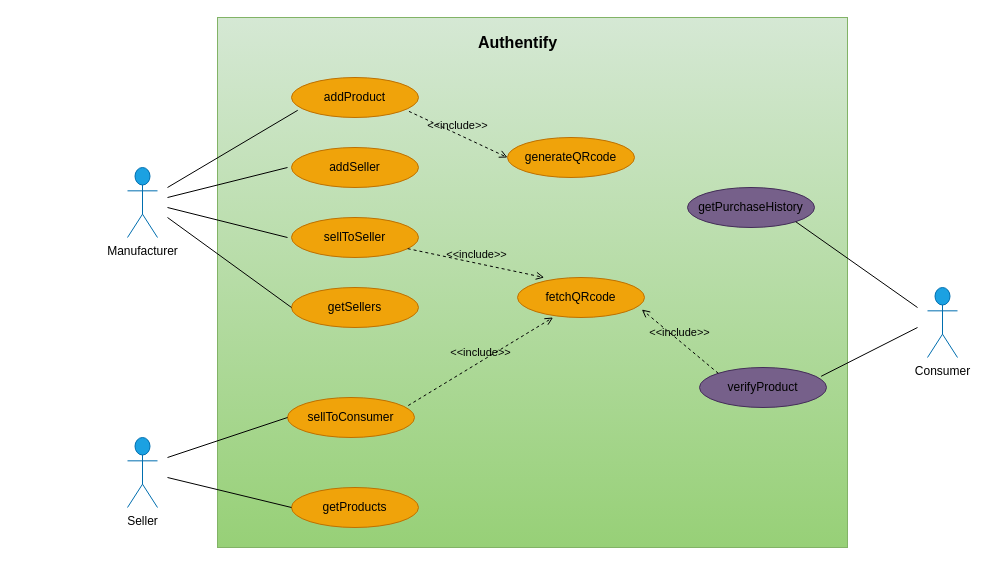
The draw.io diagram Diagrams/Authentify_usecase.drawio in pranavgupta11/Major-II, before the edit. Source tidied: cells renumbered, new cells numbered last; positions are measured from the earlier drawing's top-left corner, leaving out a move shared by most shapes. Both pictures are drawn from the tidied source at 100%, with x=0, y=0 at pixel (127, 17).
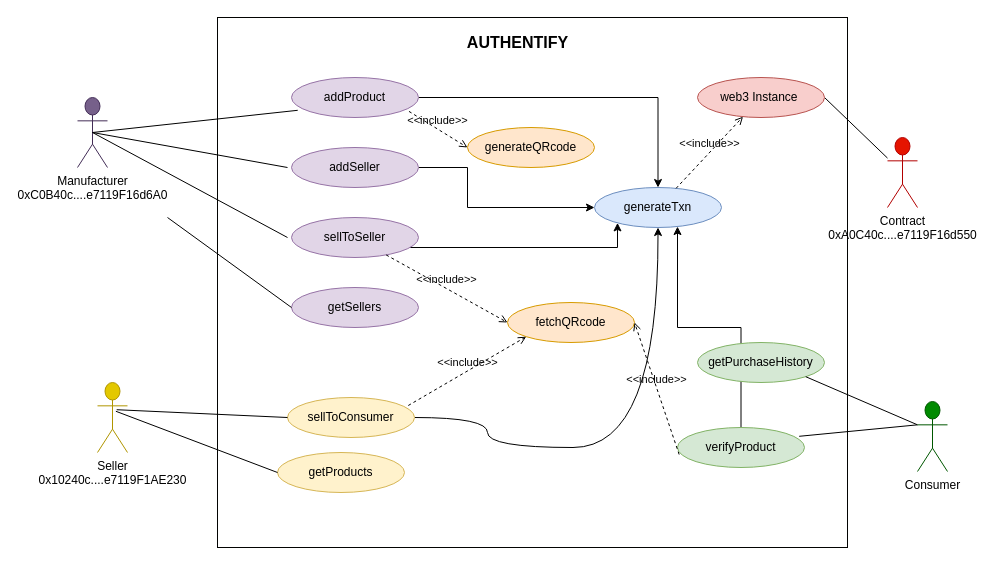
The same diagram, later.

What changed in the source:
```diff
@@
-    <mxCell id="2" style="rounded=0;whiteSpace=wrap;html=1;fillColor=#d5e8d4;gradientColor=#97d077;strokeColor=#82b366;" parent="1" vertex="1">
+    <mxCell id="2" style="rounded=0;whiteSpace=wrap;html=1;fillColor=default;gradientColor=none;strokeColor=#020301;" parent="1" vertex="1">
       <mxGeometry x="90" width="630" height="530" as="geometry" />
     </mxCell>
+    <mxCell id="29" style="rounded=0;jettySize=auto;html=1;entryX=0.5;entryY=0;entryDx=0;entryDy=0;edgeStyle=orthogonalEdgeStyle;" parent="1" edge="1" source="3" target="37">
+      <mxGeometry relative="1" as="geometry" />
+    </mxCell>
-    <mxCell id="3" value="addProduct" style="ellipse;whiteSpace=wrap;html=1;labelBackgroundColor=none;labelBorderColor=none;fillColor=#f0a30a;fontColor=#000000;strokeColor=#BD7000;" parent="1" vertex="1">
+    <mxCell id="3" value="addProduct" style="ellipse;whiteSpace=wrap;html=1;labelBackgroundColor=none;labelBorderColor=none;fillColor=#e1d5e7;strokeColor=#9673a6;" parent="1" vertex="1">
       <mxGeometry x="164" y="60" width="127" height="40" as="geometry" />
     </mxCell>
+    <mxCell id="30" style="edgeStyle=orthogonalEdgeStyle;rounded=0;jettySize=auto;html=1;entryX=0;entryY=0.5;entryDx=0;entryDy=0;" parent="1" edge="1" source="4" target="37">
+      <mxGeometry relative="1" as="geometry">
+        <Array as="points">
+          <mxPoint x="340" y="150" />
+          <mxPoint x="340" y="190" />
+        </Array>
+      </mxGeometry>
+    </mxCell>
-    <mxCell id="4" value="addSeller" style="ellipse;whiteSpace=wrap;html=1;fillColor=#f0a30a;fontColor=#000000;strokeColor=#BD7000;" parent="1" vertex="1">
+    <mxCell id="4" value="addSeller" style="ellipse;whiteSpace=wrap;html=1;fillColor=#e1d5e7;strokeColor=#9673a6;labelBackgroundColor=none;labelBorderColor=none;" parent="1" vertex="1">
       <mxGeometry x="164" y="130" width="127" height="40" as="geometry" />
     </mxCell>
+    <mxCell id="31" style="edgeStyle=orthogonalEdgeStyle;rounded=0;jettySize=auto;html=1;" parent="1" edge="1" source="5" target="37">
+      <mxGeometry relative="1" as="geometry">
+        <Array as="points">
+          <mxPoint x="490" y="230" />
+        </Array>
+      </mxGeometry>
+    </mxCell>
-    <mxCell id="5" value="sellToSeller" style="ellipse;whiteSpace=wrap;html=1;fillColor=#f0a30a;fontColor=#000000;strokeColor=#BD7000;" parent="1" vertex="1">
+    <mxCell id="5" value="sellToSeller" style="ellipse;whiteSpace=wrap;html=1;fillColor=#e1d5e7;strokeColor=#9673a6;labelBackgroundColor=none;labelBorderColor=none;" parent="1" vertex="1">
       <mxGeometry x="164" y="200" width="127" height="40" as="geometry" />
     </mxCell>
-    <mxCell id="6" value="getSellers" style="ellipse;whiteSpace=wrap;html=1;fillColor=#f0a30a;fontColor=#000000;strokeColor=#BD7000;" parent="1" vertex="1">
+    <mxCell id="6" value="getSellers" style="ellipse;whiteSpace=wrap;html=1;fillColor=#e1d5e7;strokeColor=#9673a6;labelBackgroundColor=none;labelBorderColor=none;" parent="1" vertex="1">
       <mxGeometry x="164" y="270" width="127" height="40" as="geometry" />
     </mxCell>
+    <mxCell id="32" style="edgeStyle=orthogonalEdgeStyle;rounded=0;jettySize=auto;html=1;curved=1;" parent="1" edge="1" source="7" target="37">
+      <mxGeometry relative="1" as="geometry">
+        <Array as="points">
+          <mxPoint x="360" y="400" />
+          <mxPoint x="360" y="430" />
+          <mxPoint x="531" y="430" />
+        </Array>
+      </mxGeometry>
+    </mxCell>
-    <mxCell id="7" value="sellToConsumer" style="ellipse;whiteSpace=wrap;html=1;fillColor=#f0a30a;fontColor=#000000;strokeColor=#BD7000;" parent="1" vertex="1">
+    <mxCell id="7" value="sellToConsumer" style="ellipse;whiteSpace=wrap;html=1;fillColor=#fff2cc;strokeColor=#d6b656;labelBackgroundColor=none;labelBorderColor=none;" parent="1" vertex="1">
       <mxGeometry x="160" y="380" width="127" height="40" as="geometry" />
     </mxCell>
+    <mxCell id="33" style="edgeStyle=orthogonalEdgeStyle;rounded=0;jettySize=auto;html=1;" parent="1" edge="1" source="8" target="37">
+      <mxGeometry relative="1" as="geometry">
+        <Array as="points">
+          <mxPoint x="614" y="310" />
+          <mxPoint x="550" y="310" />
+        </Array>
+      </mxGeometry>
+    </mxCell>
-    <mxCell id="8" value="verifyProduct" style="ellipse;whiteSpace=wrap;html=1;fillColor=#76608a;fontColor=#000000;strokeColor=#432D57;" parent="1" vertex="1">
-      <mxGeometry x="572" y="350" width="127" height="40" as="geometry" />
+    <mxCell id="8" value="verifyProduct" style="ellipse;whiteSpace=wrap;html=1;fillColor=#d5e8d4;strokeColor=#82b366;" parent="1" vertex="1">
+      <mxGeometry x="550" y="410" width="127" height="40" as="geometry" />
     </mxCell>
-    <mxCell id="9" value="getProducts" style="ellipse;whiteSpace=wrap;html=1;fillColor=#f0a30a;fontColor=#000000;strokeColor=#BD7000;" parent="1" vertex="1">
-      <mxGeometry x="164" y="470" width="127" height="40" as="geometry" />
+    <mxCell id="9" value="getProducts" style="ellipse;whiteSpace=wrap;html=1;fillColor=#fff2cc;strokeColor=#d6b656;labelBackgroundColor=none;labelBorderColor=none;" parent="1" vertex="1">
+      <mxGeometry x="150" y="435" width="127" height="40" as="geometry" />
     </mxCell>
-    <mxCell id="10" value="getPurchaseHistory" style="ellipse;whiteSpace=wrap;html=1;fillColor=#76608a;fontColor=#000000;strokeColor=#432D57;" parent="1" vertex="1">
-      <mxGeometry x="560" y="170" width="127" height="40" as="geometry" />
+    <mxCell id="10" value="getPurchaseHistory" style="ellipse;whiteSpace=wrap;html=1;fillColor=#d5e8d4;strokeColor=#82b366;" parent="1" vertex="1">
+      <mxGeometry x="570" y="325" width="127" height="40" as="geometry" />
     </mxCell>
-    <mxCell id="11" value="fetchQRcode" style="ellipse;whiteSpace=wrap;html=1;fillColor=#f0a30a;fontColor=#000000;strokeColor=#BD7000;" parent="1" vertex="1">
-      <mxGeometry x="390" y="260" width="127" height="40" as="geometry" />
+    <mxCell id="11" value="fetchQRcode" style="ellipse;whiteSpace=wrap;html=1;fillColor=#ffe6cc;strokeColor=#d79b00;" parent="1" vertex="1">
+      <mxGeometry x="380" y="285" width="127" height="40" as="geometry" />
     </mxCell>
-    <mxCell id="12" value="&lt;font color=&quot;#000000&quot;&gt;Manufacturer&lt;/font&gt;" style="shape=umlActor;verticalLabelPosition=bottom;verticalAlign=top;html=1;fillColor=#1ba1e2;fontColor=#ffffff;strokeColor=#006EAF;" parent="1" vertex="1">
-      <mxGeometry y="150" width="30" height="70" as="geometry" />
+    <mxCell id="12" value="&lt;font color=&quot;#000000&quot;&gt;Manufacturer&lt;br&gt;0xC0B40c....e7119F16d6A0&lt;br&gt;&lt;/font&gt;" style="shape=umlActor;verticalLabelPosition=bottom;verticalAlign=top;html=1;fillColor=#76608a;fontColor=#ffffff;strokeColor=#432D57;" parent="1" vertex="1">
+      <mxGeometry x="-50" y="80" width="30" height="70" as="geometry" />
     </mxCell>
-    <mxCell id="13" value="&lt;font color=&quot;#000000&quot;&gt;Seller&lt;/font&gt;" style="shape=umlActor;verticalLabelPosition=bottom;verticalAlign=top;html=1;fillColor=#1ba1e2;fontColor=#ffffff;strokeColor=#006EAF;" parent="1" vertex="1">
-      <mxGeometry y="420" width="30" height="70" as="geometry" />
+    <mxCell id="13" value="&lt;font color=&quot;#000000&quot;&gt;Seller&lt;/font&gt;&lt;br style=&quot;border-color: var(--border-color); color: rgb(0, 0, 0);&quot;&gt;&lt;span style=&quot;color: rgb(0, 0, 0);&quot;&gt;0x10240c....e7119F1AE230&lt;/span&gt;&lt;font color=&quot;#000000&quot;&gt;&lt;br&gt;&lt;/font&gt;" style="shape=umlActor;verticalLabelPosition=bottom;verticalAlign=top;html=1;fillColor=#e3c800;strokeColor=#B09500;fontColor=#000000;" parent="1" vertex="1">
+      <mxGeometry x="-30" y="365" width="30" height="70" as="geometry" />
     </mxCell>
-    <mxCell id="14" style="endArrow=none;html=1;rounded=0;exitX=0.958;exitY=0.22;exitDx=0;exitDy=0;exitPerimeter=0;" parent="1" edge="1" source="8">
-      <mxGeometry relative="1" as="geometry">
-        <mxPoint x="790" y="310" as="targetPoint" />
-      </mxGeometry>
+    <mxCell id="14" style="endArrow=none;html=1;rounded=0;exitX=0.958;exitY=0.22;exitDx=0;exitDy=0;exitPerimeter=0;entryX=0;entryY=0.3333333333333333;entryDx=0;entryDy=0;entryPerimeter=0;" parent="1" edge="1" source="8" target="26">
+      <mxGeometry relative="1" as="geometry" />
     </mxCell>
-    <mxCell id="15" style="endArrow=none;html=1;rounded=0;" parent="1" edge="1">
+    <mxCell id="15" style="endArrow=none;html=1;rounded=0;exitX=0.5;exitY=0.5;exitDx=0;exitDy=0;exitPerimeter=0;" parent="1" edge="1" source="12">
       <mxGeometry relative="1" as="geometry">
-        <mxPoint x="40" y="180" as="sourcePoint" />
         <mxPoint x="160" y="150" as="targetPoint" />
       </mxGeometry>
     </mxCell>
@@
-    <mxCell id="17" style="endArrow=none;html=1;rounded=0;" parent="1" edge="1">
+    <mxCell id="17" style="endArrow=none;html=1;rounded=0;exitX=0.5;exitY=0.5;exitDx=0;exitDy=0;exitPerimeter=0;" parent="1" edge="1" source="12">
       <mxGeometry relative="1" as="geometry">
-        <mxPoint x="40" y="190" as="sourcePoint" />
         <mxPoint x="160" y="220" as="targetPoint" />
       </mxGeometry>
     </mxCell>
-    <mxCell id="18" style="endArrow=none;html=1;rounded=0;entryX=0;entryY=0.5;entryDx=0;entryDy=0;" parent="1" edge="1" target="9">
-      <mxGeometry relative="1" as="geometry">
-        <mxPoint x="40" y="460" as="sourcePoint" />
-      </mxGeometry>
+    <mxCell id="18" style="endArrow=none;html=1;rounded=0;entryX=0;entryY=0.5;entryDx=0;entryDy=0;exitX=0.613;exitY=0.411;exitDx=0;exitDy=0;exitPerimeter=0;" parent="1" edge="1" source="13" target="9">
+      <mxGeometry relative="1" as="geometry" />
     </mxCell>
-    <mxCell id="19" value="&amp;lt;&amp;lt;include&amp;gt;&amp;gt;" style="html=1;verticalAlign=bottom;labelBackgroundColor=none;endArrow=open;endFill=0;dashed=1;rounded=0;entryX=0.21;entryY=0;entryDx=0;entryDy=0;entryPerimeter=0;" parent="1" edge="1" source="5" target="11">
+    <mxCell id="19" value="&amp;lt;&amp;lt;include&amp;gt;&amp;gt;" style="html=1;verticalAlign=bottom;labelBackgroundColor=none;endArrow=open;endFill=0;dashed=1;rounded=0;entryX=0;entryY=0.5;entryDx=0;entryDy=0;" parent="1" edge="1" source="5" target="11">
       <mxGeometry relative="1" as="geometry" />
     </mxCell>
-    <mxCell id="20" value="&amp;lt;&amp;lt;include&amp;gt;&amp;gt;" style="html=1;verticalAlign=bottom;labelBackgroundColor=none;endArrow=open;endFill=0;dashed=1;rounded=0;entryX=0.28;entryY=1;entryDx=0;entryDy=0;entryPerimeter=0;exitX=0.951;exitY=0.2;exitDx=0;exitDy=0;exitPerimeter=0;" parent="1" edge="1" source="7" target="11">
+    <mxCell id="20" value="&amp;lt;&amp;lt;include&amp;gt;&amp;gt;" style="html=1;verticalAlign=bottom;labelBackgroundColor=none;endArrow=open;endFill=0;dashed=1;rounded=0;exitX=0.951;exitY=0.2;exitDx=0;exitDy=0;exitPerimeter=0;entryX=0;entryY=1;entryDx=0;entryDy=0;" parent="1" edge="1" source="7" target="11">
       <mxGeometry relative="1" as="geometry" />
     </mxCell>
-    <mxCell id="21" value="&amp;lt;&amp;lt;include&amp;gt;&amp;gt;" style="html=1;verticalAlign=bottom;labelBackgroundColor=none;endArrow=open;endFill=0;dashed=1;rounded=0;entryX=0.979;entryY=0.8;entryDx=0;entryDy=0;entryPerimeter=0;exitX=0;exitY=0;exitDx=0;exitDy=0;" parent="1" edge="1" source="8" target="11">
+    <mxCell id="21" value="&amp;lt;&amp;lt;include&amp;gt;&amp;gt;" style="html=1;verticalAlign=bottom;labelBackgroundColor=none;endArrow=open;endFill=0;dashed=1;rounded=0;entryX=1;entryY=0.5;entryDx=0;entryDy=0;exitX=0.013;exitY=0.675;exitDx=0;exitDy=0;exitPerimeter=0;" parent="1" edge="1" source="8" target="11">
       <mxGeometry relative="1" as="geometry" />
     </mxCell>
-    <mxCell id="22" style="endArrow=none;html=1;rounded=0;entryX=0.049;entryY=0.82;entryDx=0;entryDy=0;entryPerimeter=0;" parent="1" edge="1" target="3">
-      <mxGeometry relative="1" as="geometry">
-        <mxPoint x="40" y="170" as="sourcePoint" />
-      </mxGeometry>
+    <mxCell id="22" style="endArrow=none;html=1;rounded=0;entryX=0.049;entryY=0.82;entryDx=0;entryDy=0;entryPerimeter=0;exitX=0.5;exitY=0.5;exitDx=0;exitDy=0;exitPerimeter=0;" parent="1" edge="1" source="12" target="3">
+      <mxGeometry relative="1" as="geometry" />
     </mxCell>
-    <mxCell id="23" value="Authentify&lt;br style=&quot;font-size: 16px;&quot;&gt;" style="text;html=1;align=center;verticalAlign=middle;strokeColor=none;fillColor=none;fontStyle=1;fontSize=16;horizontal=1;" parent="1" vertex="1">
-      <mxGeometry x="340" y="10" width="100" height="30" as="geometry" />
+    <mxCell id="23" value="AUTHENTIFY" style="text;html=1;align=center;verticalAlign=middle;strokeColor=none;fillColor=none;fontStyle=1;fontSize=16;horizontal=1;" parent="1" vertex="1">
+      <mxGeometry x="330" y="10" width="120" height="30" as="geometry" />
     </mxCell>
-    <mxCell id="24" style="endArrow=none;html=1;rounded=0;entryX=0;entryY=0.5;entryDx=0;entryDy=0;" parent="1" edge="1" target="7">
-      <mxGeometry relative="1" as="geometry">
-        <mxPoint x="40" y="440" as="sourcePoint" />
-      </mxGeometry>
+    <mxCell id="24" style="endArrow=none;html=1;rounded=0;entryX=0;entryY=0.5;entryDx=0;entryDy=0;exitX=0.64;exitY=0.389;exitDx=0;exitDy=0;exitPerimeter=0;" parent="1" edge="1" source="13" target="7">
+      <mxGeometry relative="1" as="geometry" />
     </mxCell>
-    <mxCell id="25" style="endArrow=none;html=1;rounded=0;exitX=1;exitY=1;exitDx=0;exitDy=0;" parent="1" edge="1" source="10">
-      <mxGeometry relative="1" as="geometry">
-        <mxPoint x="790" y="290" as="targetPoint" />
-      </mxGeometry>
+    <mxCell id="25" style="endArrow=none;html=1;rounded=0;exitX=1;exitY=1;exitDx=0;exitDy=0;entryX=0;entryY=0.3333333333333333;entryDx=0;entryDy=0;entryPerimeter=0;" parent="1" edge="1" source="10" target="26">
+      <mxGeometry relative="1" as="geometry" />
     </mxCell>
-    <mxCell id="26" value="&lt;font color=&quot;#000000&quot;&gt;Consumer&lt;/font&gt;" style="shape=umlActor;verticalLabelPosition=bottom;verticalAlign=top;html=1;fillColor=#1ba1e2;strokeColor=#006EAF;fontColor=#ffffff;" parent="1" vertex="1">
-      <mxGeometry x="800" y="270" width="30" height="70" as="geometry" />
+    <mxCell id="26" value="&lt;font color=&quot;#000000&quot;&gt;Consumer&lt;/font&gt;" style="shape=umlActor;verticalLabelPosition=bottom;verticalAlign=top;html=1;fillColor=#008a00;strokeColor=#005700;fontColor=#ffffff;" parent="1" vertex="1">
+      <mxGeometry x="790" y="384" width="30" height="70" as="geometry" />
     </mxCell>
-    <mxCell id="27" value="generateQRcode" style="ellipse;whiteSpace=wrap;html=1;fillColor=#f0a30a;fontColor=#000000;strokeColor=#BD7000;" parent="1" vertex="1">
-      <mxGeometry x="380" y="120" width="127" height="40" as="geometry" />
+    <mxCell id="27" value="generateQRcode" style="ellipse;whiteSpace=wrap;html=1;fillColor=#ffe6cc;strokeColor=#d79b00;" parent="1" vertex="1">
+      <mxGeometry x="340" y="110" width="127" height="40" as="geometry" />
     </mxCell>
@@
+    <mxCell id="34" style="rounded=0;jettySize=auto;html=1;entryX=1;entryY=0.5;entryDx=0;entryDy=0;endArrow=none;endFill=0;jumpStyle=line;" parent="1" edge="1" source="35" target="36">
+      <mxGeometry relative="1" as="geometry" />
+    </mxCell>
+    <mxCell id="35" value="&lt;font color=&quot;#000000&quot;&gt;Contract&lt;br&gt;0xA0C40c....e7119F16d550&lt;br&gt;&lt;/font&gt;" style="shape=umlActor;verticalLabelPosition=bottom;verticalAlign=top;html=1;fillColor=#e51400;fontColor=#ffffff;strokeColor=#B20000;" parent="1" vertex="1">
+      <mxGeometry x="760" y="120" width="30" height="70" as="geometry" />
+    </mxCell>
+    <mxCell id="36" value="web3 Instance&amp;nbsp;" style="ellipse;whiteSpace=wrap;html=1;labelBackgroundColor=none;labelBorderColor=none;fillColor=#f8cecc;strokeColor=#b85450;" parent="1" vertex="1">
+      <mxGeometry x="570" y="60" width="127" height="40" as="geometry" />
+    </mxCell>
+    <mxCell id="37" value="generateTxn" style="ellipse;whiteSpace=wrap;html=1;labelBackgroundColor=none;labelBorderColor=none;fillColor=#dae8fc;strokeColor=#6c8ebf;" parent="1" vertex="1">
+      <mxGeometry x="467" y="170" width="127" height="40" as="geometry" />
+    </mxCell>
+    <mxCell id="38" value="&amp;lt;&amp;lt;include&amp;gt;&amp;gt;" style="html=1;verticalAlign=bottom;labelBackgroundColor=none;endArrow=open;endFill=0;dashed=1;rounded=0;" parent="1" edge="1" source="37" target="36">
+      <mxGeometry relative="1" as="geometry" />
+    </mxCell>
```
